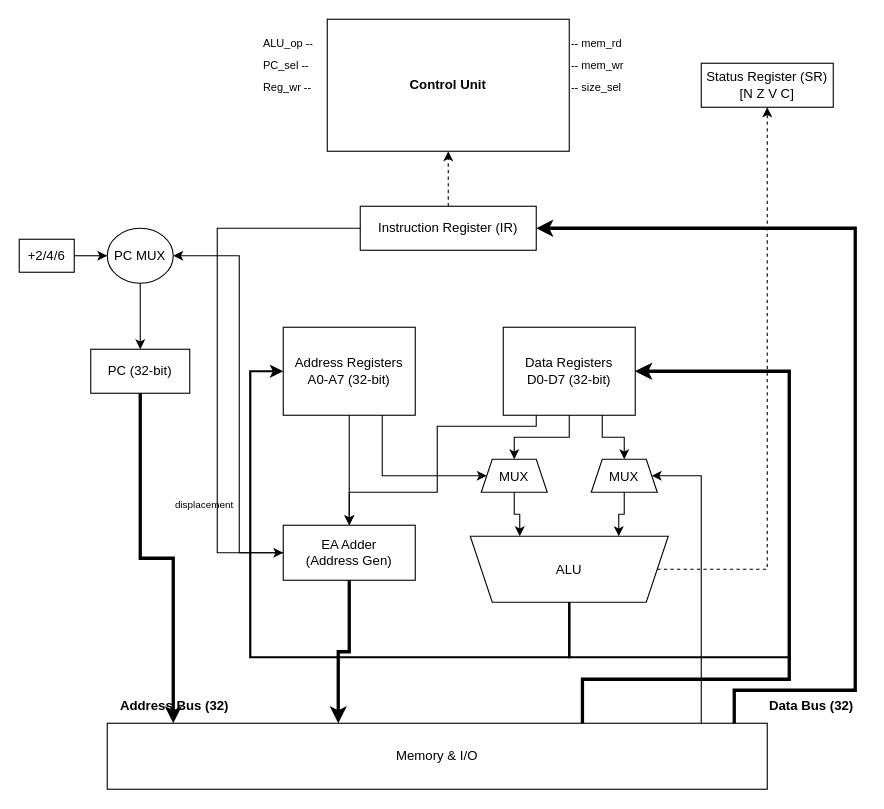
This is ak_lab_3_5.drawio from Dmitry-Kuzmin456/ak_lab3_scheme, a draw.io file, before an edit. Source tidied: cells renumbered, new cells numbered last; positions are measured from the earlier drawing's top-left corner, leaving out a move shared by most shapes. Both pictures are drawn from the tidied source at 110%, with x=0, y=0 at pixel (19, 19).
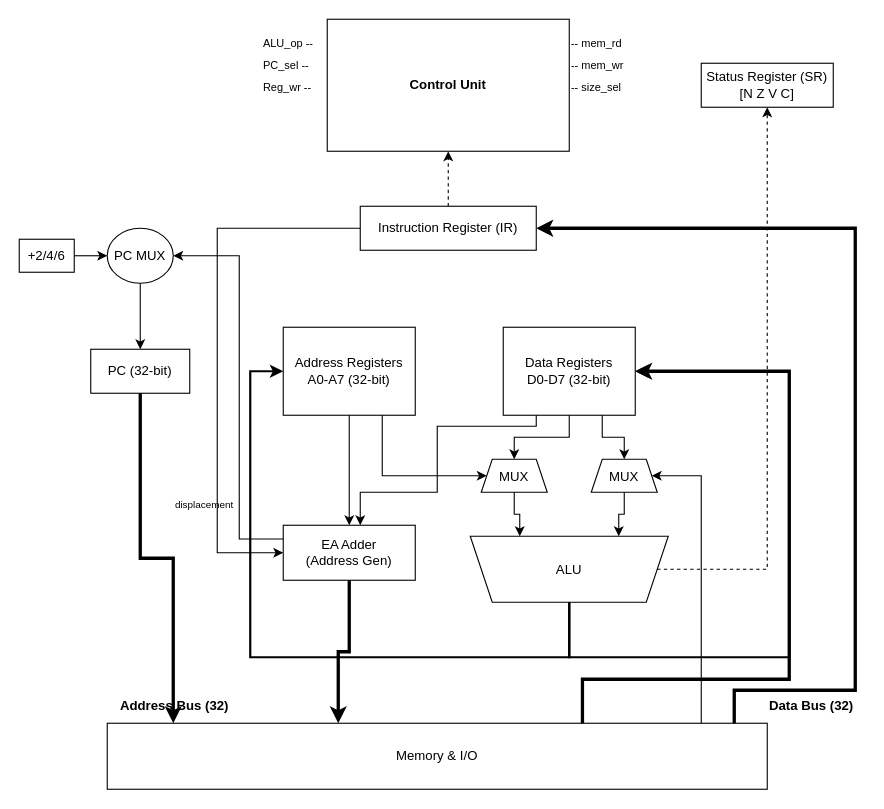
After the change.

The change refers to these unchanged cells:
```xml
<mxCell id="12" value="PC MUX" style="ellipse;whiteSpace=wrap;html=1;" parent="1" vertex="1">
  <mxGeometry x="80" y="190" width="60" height="50" as="geometry" />
</mxCell>
<mxCell id="15" value="Data Registers&lt;br&gt;D0-D7 (32-bit)" style="rounded=0;whiteSpace=wrap;html=1;" parent="1" vertex="1">
  <mxGeometry x="440" y="280" width="120" height="80" as="geometry" />
</mxCell>
<mxCell id="16" value="EA Adder&lt;br&gt;(Address Gen)" style="rounded=0;whiteSpace=wrap;html=1;" parent="1" vertex="1">
  <mxGeometry x="240" y="460" width="120" height="50" as="geometry" />
</mxCell>
```

Change to the diagram source:
```diff
@@
-    <mxCell id="27" style="edgeStyle=orthogonalEdgeStyle;rounded=0;html=1;exitX=0;exitY=0.5;entryX=1;entryY=0.5;" parent="1" edge="1" source="16" target="12">
+    <mxCell id="27" style="edgeStyle=orthogonalEdgeStyle;rounded=0;html=1;exitX=0;exitY=0.25;entryX=1;entryY=0.5;exitDx=0;exitDy=0;" parent="1" edge="1" source="16" target="12">
       <mxGeometry relative="1" as="geometry">
         <Array as="points">
-          <mxPoint x="200" y="485" />
+          <mxPoint x="200" y="473" />
           <mxPoint x="200" y="215" />
         </Array>
       </mxGeometry>
     </mxCell>
@@
-    <mxCell id="37" style="edgeStyle=orthogonalEdgeStyle;rounded=0;html=1;exitX=0.25;exitY=1;entryX=0.5;entryY=0;entryDx=0;entryDy=0;" parent="1" edge="1" source="15" target="16">
+    <mxCell id="37" style="edgeStyle=orthogonalEdgeStyle;rounded=0;html=1;exitX=0.25;exitY=1;" parent="1" edge="1" source="15">
       <mxGeometry relative="1" as="geometry">
+        <mxPoint x="310" y="460" as="targetPoint" />
         <Array as="points">
           <mxPoint x="470" y="370" />
           <mxPoint x="380" y="370" />
           <mxPoint x="380" y="430" />
-          <mxPoint x="300" y="430" />
+          <mxPoint x="310" y="430" />
+          <mxPoint x="310" y="460" />
         </Array>
       </mxGeometry>
     </mxCell>
```
